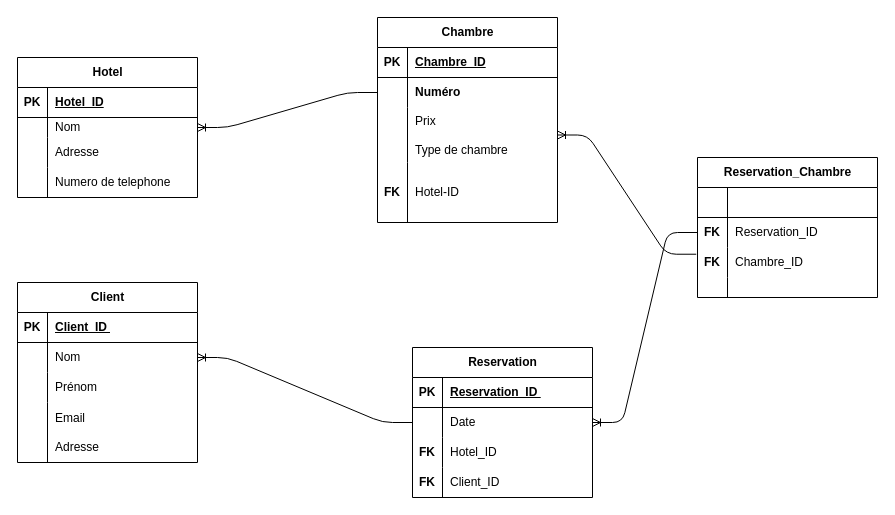
Before: database/hotel.drawio in Lyes-ux/gomycode-checkout, a draw.io diagram. Source tidied: cells renumbered, new cells numbered last; positions are measured from the earlier drawing's top-left corner, leaving out a move shared by most shapes. Both pictures are drawn from the tidied source at 100%, with x=0, y=0 at pixel (17, 17).
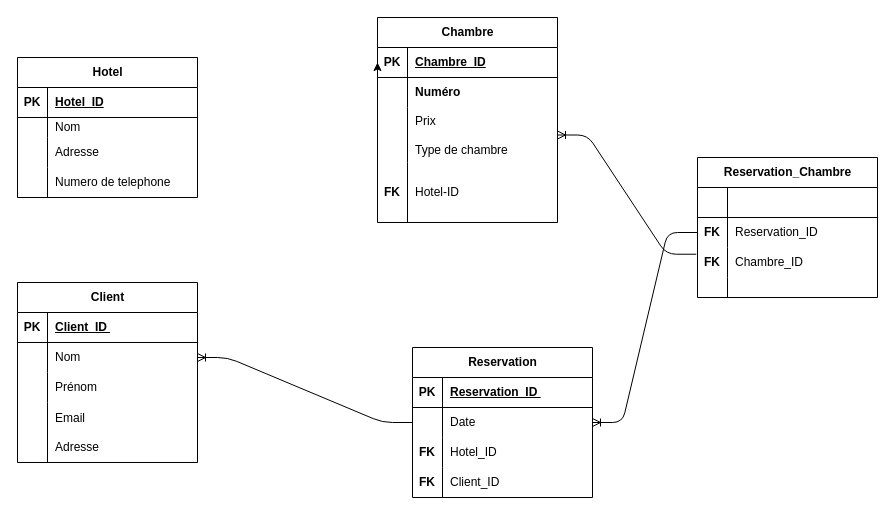
Above is the later version.

Unchanged cells that the change refers to:
```xml
<mxCell id="6" style="shape=tableRow;horizontal=0;startSize=0;swimlaneHead=0;swimlaneBody=0;fillColor=none;points=[[0,0.5],[1,0.5]];portConstraint=eastwest;top=0;left=0;right=0;bottom=0;" parent="2" vertex="1">
  <mxGeometry y="60" width="180" height="20" as="geometry" />
</mxCell>
<mxCell id="42" style="shape=tableRow;horizontal=0;startSize=0;swimlaneHead=0;swimlaneBody=0;fillColor=none;points=[[0,0.5],[1,0.5]];portConstraint=eastwest;top=0;left=0;right=0;bottom=1;" parent="41" vertex="1">
  <mxGeometry y="30" width="180" height="30" as="geometry" />
</mxCell>
<mxCell id="45" style="shape=tableRow;horizontal=0;startSize=0;swimlaneHead=0;swimlaneBody=0;fillColor=none;points=[[0,0.5],[1,0.5]];portConstraint=eastwest;top=0;left=0;right=0;bottom=0;" parent="41" vertex="1">
  <mxGeometry y="60" width="180" height="30" as="geometry" />
</mxCell>
```

What changed in the source:
```diff
@@
+    <mxCell id="71" style="edgeStyle=none;html=1;exitX=0;exitY=0.5;exitDx=0;exitDy=0;entryX=0;entryY=0.5;entryDx=0;entryDy=0;" parent="1" edge="1" source="45" target="42">
+      <mxGeometry relative="1" as="geometry" />
+    </mxCell>
@@
-    <mxCell id="69" style="edgeStyle=entityRelationEdgeStyle;fontSize=12;html=1;endArrow=ERoneToMany;entryX=1;entryY=0.5;entryDx=0;entryDy=0;exitX=0;exitY=0.5;exitDx=0;exitDy=0;" parent="1" edge="1" source="45" target="6">
-      <mxGeometry relative="1" as="geometry" />
-    </mxCell>
```
